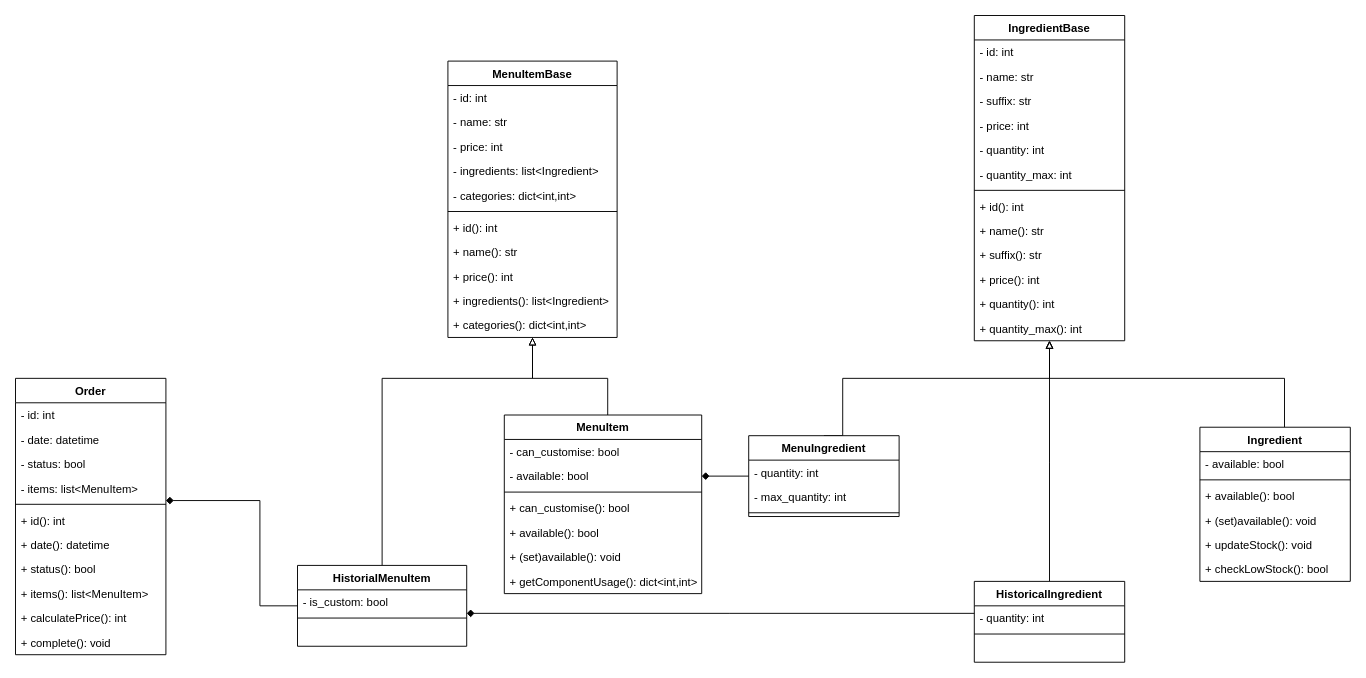
The draw.io diagram docs/class diagram.drawio in featherbear/UNSW-COMP1531-Assignment, before the edit. Source tidied: cells renumbered, new cells numbered last; positions are measured from the earlier drawing's top-left corner, leaving out a move shared by most shapes. Both pictures are drawn from the tidied source at 94%, with x=0, y=0 at pixel (15, 15).
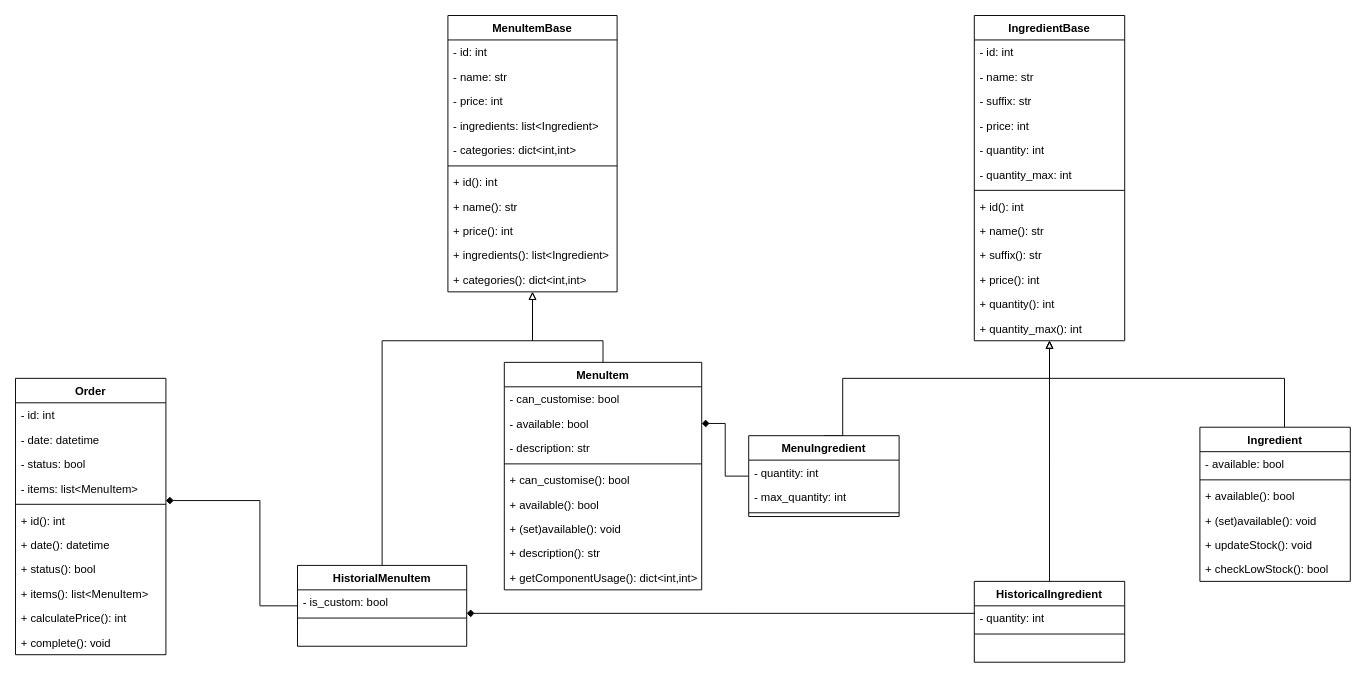
Above is the later version.

The change refers to these unchanged cells:
```xml
<mxCell id="71" value="HistorialMenuItem" style="swimlane;fontStyle=1;align=center;verticalAlign=top;horizontal=1;startSize=26;" parent="70" vertex="1">
  <mxGeometry width="180" height="86" as="geometry" />
</mxCell>
```

The edit, as a diff of the source:
```diff
@@
     <mxCell id="15" value="MenuItemBase" style="swimlane;fontStyle=1;align=center;verticalAlign=top;horizontal=1;startSize=26;" parent="1" vertex="1">
-      <mxGeometry x="460" y="48.5" width="180" height="294" as="geometry" />
+      <mxGeometry x="460" width="180" height="294" as="geometry" />
     </mxCell>
@@
     <mxCell id="27" style="edgeStyle=orthogonalEdgeStyle;rounded=0;jettySize=auto;html=1;startArrow=none;startFill=0;endArrow=block;endFill=0;" parent="1" edge="1" source="71" target="15">
       <mxGeometry relative="1" as="geometry">
         <Array as="points">
-          <mxPoint x="390" y="386" />
-          <mxPoint x="550" y="386" />
+          <mxPoint x="390" y="346" />
+          <mxPoint x="550" y="346" />
         </Array>
       </mxGeometry>
     </mxCell>
@@
     <mxCell id="55" style="edgeStyle=orthogonalEdgeStyle;rounded=0;jettySize=auto;html=1;startArrow=none;startFill=0;endArrow=block;endFill=0;" parent="1" edge="1" source="56" target="15">
       <mxGeometry relative="1" as="geometry">
         <Array as="points">
-          <mxPoint x="630" y="386" />
-          <mxPoint x="550" y="386" />
+          <mxPoint x="625" y="346" />
+          <mxPoint x="550" y="346" />
         </Array>
       </mxGeometry>
     </mxCell>
     <mxCell id="56" value="MenuItem" style="swimlane;fontStyle=1;align=center;verticalAlign=top;horizontal=1;startSize=26;" parent="1" vertex="1">
-      <mxGeometry x="520" y="425" width="210" height="190" as="geometry" />
+      <mxGeometry x="520" y="369" width="210" height="242" as="geometry" />
     </mxCell>
@@
+    <mxCell id="76" value="- description: str" style="text;strokeColor=none;fillColor=none;align=left;verticalAlign=top;spacingLeft=4;spacingRight=4;overflow=hidden;fontStyle=0;" parent="56" vertex="1">
+      <mxGeometry y="78" width="210" height="26" as="geometry" />
+    </mxCell>
     <mxCell id="59" style="line;strokeWidth=1;fillColor=none;align=left;verticalAlign=middle;spacingTop=-1;spacingLeft=3;spacingRight=3;labelPosition=right;fontStyle=0;" parent="56" vertex="1">
-      <mxGeometry y="78" width="210" height="8" as="geometry" />
+      <mxGeometry y="104" width="210" height="8" as="geometry" />
     </mxCell>
     <mxCell id="60" value="+ can_customise(): bool&#10;" style="text;strokeColor=none;fillColor=none;align=left;verticalAlign=top;spacingLeft=4;spacingRight=4;overflow=hidden;fontStyle=0;" parent="56" vertex="1">
-      <mxGeometry y="86" width="210" height="26" as="geometry" />
+      <mxGeometry y="112" width="210" height="26" as="geometry" />
     </mxCell>
     <mxCell id="61" value="+ available(): bool&#10;" style="text;strokeColor=none;fillColor=none;align=left;verticalAlign=top;spacingLeft=4;spacingRight=4;overflow=hidden;fontStyle=0;" parent="56" vertex="1">
-      <mxGeometry y="112" width="210" height="26" as="geometry" />
+      <mxGeometry y="138" width="210" height="26" as="geometry" />
     </mxCell>
     <mxCell id="62" value="+ (set)available(): void&#10;" style="text;strokeColor=none;fillColor=none;align=left;verticalAlign=top;spacingLeft=4;spacingRight=4;overflow=hidden;fontStyle=0;" parent="56" vertex="1">
-      <mxGeometry y="138" width="210" height="26" as="geometry" />
+      <mxGeometry y="164" width="210" height="26" as="geometry" />
     </mxCell>
+    <mxCell id="77" value="+ description(): str&#10;" style="text;strokeColor=none;fillColor=none;align=left;verticalAlign=top;spacingLeft=4;spacingRight=4;overflow=hidden;fontStyle=0;" parent="56" vertex="1">
+      <mxGeometry y="190" width="210" height="26" as="geometry" />
+    </mxCell>
     <mxCell id="63" value="+ getComponentUsage(): dict&lt;int,int&gt;&#10;" style="text;strokeColor=none;fillColor=none;align=left;verticalAlign=top;spacingLeft=4;spacingRight=4;overflow=hidden;fontStyle=0;" parent="56" vertex="1">
-      <mxGeometry y="164" width="210" height="26" as="geometry" />
+      <mxGeometry y="216" width="210" height="26" as="geometry" />
     </mxCell>
```
